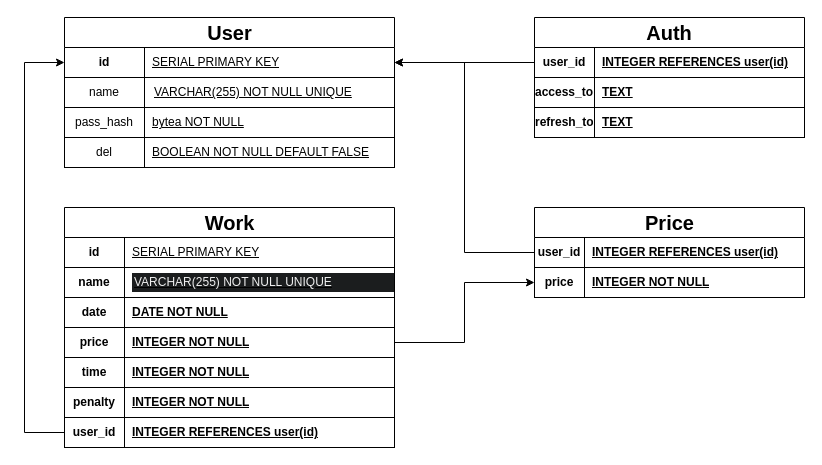
This is info/diagrams/Database.drawio from Lopsrc/DataManage, a draw.io file, before an edit. Source tidied: cells renumbered, new cells numbered last; positions are measured from the earlier drawing's top-left corner, leaving out a move shared by most shapes. Both pictures are drawn from the tidied source at 100%, with x=0, y=0 at pixel (24, 17).
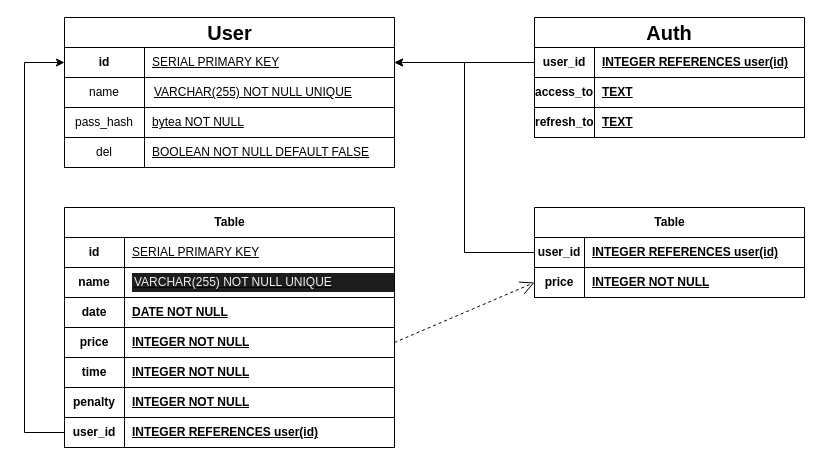
The same diagram, later.

Unchanged cells that the change refers to:
```xml
<mxCell id="35" style="shape=tableRow;horizontal=0;startSize=0;swimlaneHead=0;swimlaneBody=0;fillColor=none;points=[[0,0.5],[1,0.5]];portConstraint=eastwest;top=0;left=0;right=0;bottom=1;" parent="25" vertex="1">
  <mxGeometry y="120" width="330" height="30" as="geometry" />
</mxCell>
<mxCell id="51" style="shape=tableRow;horizontal=0;startSize=0;swimlaneHead=0;swimlaneBody=0;fillColor=none;points=[[0,0.5],[1,0.5]];portConstraint=eastwest;top=0;left=0;right=0;bottom=1;" parent="47" vertex="1">
  <mxGeometry y="60" width="270" height="30" as="geometry" />
</mxCell>
```

The edit, as a diff of the source:
```diff
@@
-    <mxCell id="25" value="&lt;font style=&quot;font-size: 20px;&quot;&gt;Work&lt;/font&gt;" style="shape=table;startSize=30;childLayout=tableLayout;rowLines=0;fontStyle=1;align=center;html=1;" parent="1" vertex="1">
+    <mxCell id="25" value="Table" style="shape=table;startSize=30;childLayout=tableLayout;rowLines=0;fontStyle=1;align=center;html=1;" parent="1" vertex="1">
       <mxGeometry x="40" y="190" width="330" height="240" as="geometry" />
     </mxCell>
@@
-    <mxCell id="47" value="&lt;font style=&quot;font-size: 20px;&quot;&gt;Price&lt;/font&gt;" style="shape=table;startSize=30;childLayout=tableLayout;rowLines=0;fontStyle=1;align=center;html=1;" parent="1" vertex="1">
+    <mxCell id="47" value="Table" style="shape=table;startSize=30;childLayout=tableLayout;rowLines=0;fontStyle=1;align=center;html=1;" parent="1" vertex="1">
       <mxGeometry x="510" y="190" width="270" height="90" as="geometry" />
     </mxCell>
@@
-    <mxCell id="55" style="edgeStyle=orthogonalEdgeStyle;rounded=0;jettySize=auto;html=1;entryX=0;entryY=0.5;entryDx=0;entryDy=0;" parent="1" edge="1" source="35" target="51">
-      <mxGeometry relative="1" as="geometry" />
-    </mxCell>
@@
+    <mxCell id="55" style="endArrow=open;endSize=12;dashed=1;html=1;rounded=0;entryX=0;entryY=0.5;entryDx=0;entryDy=0;exitX=1;exitY=0.5;exitDx=0;exitDy=0;" parent="1" edge="1" source="35" target="51">
+      <mxGeometry relative="1" as="geometry" />
+    </mxCell>
```
